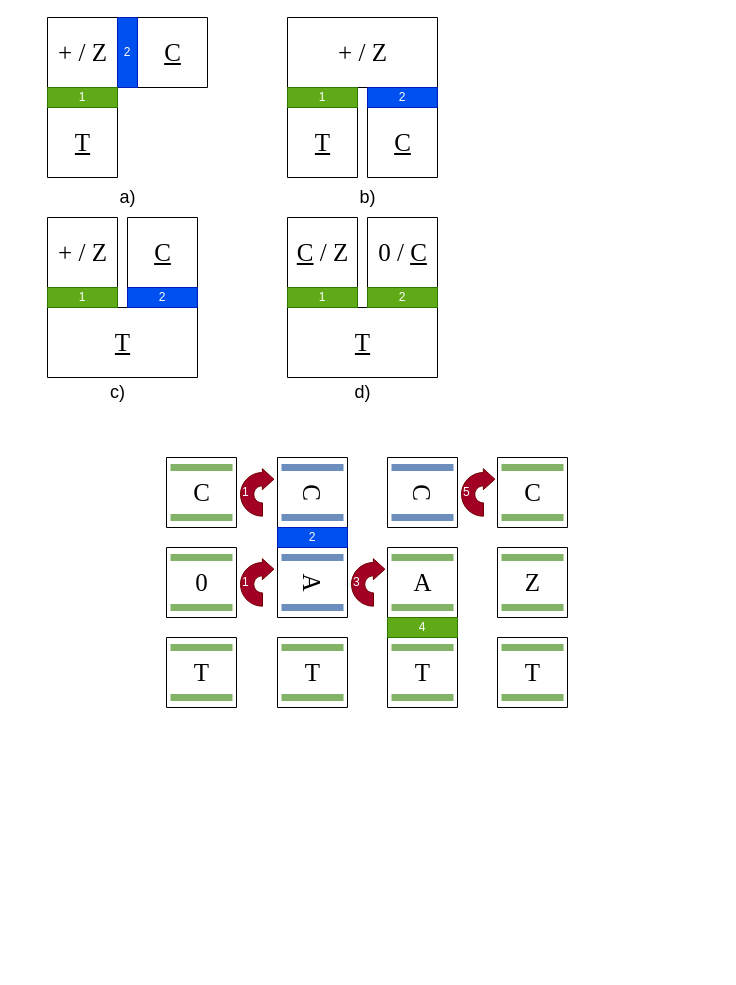
Before: translation.drawio in alexandrupaler/alexandrupaler.github.io, a draw.io diagram. Source tidied: cells renumbered, new cells numbered last; positions are measured from the earlier drawing's top-left corner, leaving out a move shared by most shapes. Both pictures are drawn from the tidied source at 100%, with x=0, y=0 at pixel (47, 17).
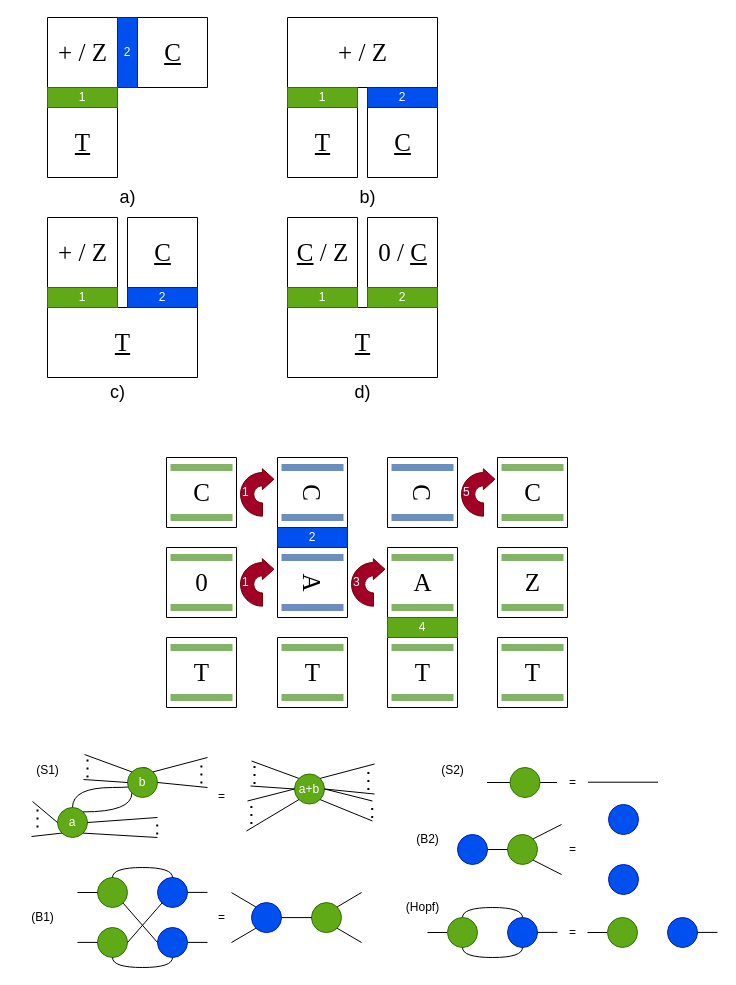
The same page after the edit.

What changed in the source:
```diff
@@
+    <mxCell id="92" style="group;" parent="1" vertex="1">
+      <mxGeometry x="199" y="743.5" width="128" height="70" as="geometry" />
+    </mxCell>
+    <mxCell id="93" style="endArrow=none;html=1;rounded=0;entryX=0;entryY=0;entryDx=0;entryDy=0;" parent="92" edge="1" target="94">
+      <mxGeometry relative="1" as="geometry">
+        <mxPoint x="5" as="sourcePoint" />
+      </mxGeometry>
+    </mxCell>
+    <mxCell id="94" value="a+b" style="ellipse;whiteSpace=wrap;html=1;fillColor=#60a917;fontColor=#ffffff;strokeColor=#2D7600;" parent="92" vertex="1">
+      <mxGeometry x="48" y="13" width="30" height="30" as="geometry" />
+    </mxCell>
+    <mxCell id="95" style="endArrow=none;html=1;rounded=0;entryX=0;entryY=0.5;entryDx=0;entryDy=0;" parent="92" edge="1" target="94">
+      <mxGeometry relative="1" as="geometry">
+        <mxPoint x="4" y="25" as="sourcePoint" />
+      </mxGeometry>
+    </mxCell>
+    <mxCell id="96" style="endArrow=none;html=1;rounded=0;exitX=1;exitY=0;exitDx=0;exitDy=0;" parent="92" edge="1" source="94">
+      <mxGeometry relative="1" as="geometry">
+        <mxPoint x="128" y="3" as="targetPoint" />
+      </mxGeometry>
+    </mxCell>
+    <mxCell id="97" style="endArrow=none;html=1;rounded=0;exitX=1;exitY=0.5;exitDx=0;exitDy=0;" parent="92" edge="1" source="94">
+      <mxGeometry relative="1" as="geometry">
+        <mxPoint x="128" y="33" as="targetPoint" />
+      </mxGeometry>
+    </mxCell>
+    <mxCell id="98" style="endArrow=none;dashed=1;html=1;dashPattern=1 3;strokeWidth=2;rounded=0;" parent="92" edge="1">
+      <mxGeometry relative="1" as="geometry">
+        <mxPoint x="121.9" y="29" as="sourcePoint" />
+        <mxPoint x="121.9" y="9" as="targetPoint" />
+      </mxGeometry>
+    </mxCell>
+    <mxCell id="99" style="endArrow=none;dashed=1;html=1;dashPattern=1 3;strokeWidth=2;rounded=0;" parent="92" edge="1">
+      <mxGeometry relative="1" as="geometry">
+        <mxPoint x="8" y="23" as="sourcePoint" />
+        <mxPoint x="8" y="3" as="targetPoint" />
+      </mxGeometry>
+    </mxCell>
+    <mxCell id="100" style="endArrow=none;html=1;rounded=0;exitX=1;exitY=0.5;exitDx=0;exitDy=0;" parent="92" edge="1" source="94">
+      <mxGeometry relative="1" as="geometry">
+        <mxPoint x="126" y="40" as="targetPoint" />
+      </mxGeometry>
+    </mxCell>
+    <mxCell id="101" style="endArrow=none;html=1;rounded=0;exitX=1;exitY=1;exitDx=0;exitDy=0;" parent="92" edge="1" source="94">
+      <mxGeometry relative="1" as="geometry">
+        <mxPoint x="126" y="60" as="targetPoint" />
+      </mxGeometry>
+    </mxCell>
+    <mxCell id="102" style="endArrow=none;html=1;rounded=0;entryX=0;entryY=0.5;entryDx=0;entryDy=0;" parent="92" edge="1" target="94">
+      <mxGeometry relative="1" as="geometry">
+        <mxPoint x="1" y="40" as="sourcePoint" />
+      </mxGeometry>
+    </mxCell>
+    <mxCell id="103" style="endArrow=none;html=1;rounded=0;entryX=0;entryY=1;entryDx=0;entryDy=0;" parent="92" edge="1" target="94">
+      <mxGeometry relative="1" as="geometry">
+        <mxPoint y="70" as="sourcePoint" />
+      </mxGeometry>
+    </mxCell>
+    <mxCell id="104" style="endArrow=none;dashed=1;html=1;dashPattern=1 3;strokeWidth=2;rounded=0;" parent="92" edge="1">
+      <mxGeometry relative="1" as="geometry">
+        <mxPoint x="4.9" y="63" as="sourcePoint" />
+        <mxPoint x="4.9" y="43" as="targetPoint" />
+      </mxGeometry>
+    </mxCell>
+    <mxCell id="105" style="endArrow=none;dashed=1;html=1;dashPattern=1 3;strokeWidth=2;rounded=0;" parent="92" edge="1">
+      <mxGeometry relative="1" as="geometry">
+        <mxPoint x="125.7" y="57" as="sourcePoint" />
+        <mxPoint x="125.7" y="43" as="targetPoint" />
+      </mxGeometry>
+    </mxCell>
+    <mxCell id="106" style="group;" parent="1" vertex="1">
+      <mxGeometry x="-16" y="737" width="176" height="83" as="geometry" />
+    </mxCell>
+    <mxCell id="107" style="edgeStyle=orthogonalEdgeStyle;rounded=0;jettySize=auto;html=1;exitX=0.5;exitY=0;exitDx=0;exitDy=0;entryX=0.5;entryY=0;entryDx=0;entryDy=0;curved=1;endArrow=none;startFill=0;" parent="106" edge="1" source="108" target="109">
+      <mxGeometry relative="1" as="geometry">
+        <Array as="points">
+          <mxPoint x="41" y="33" />
+          <mxPoint x="121" y="33" />
+        </Array>
+      </mxGeometry>
+    </mxCell>
+    <mxCell id="108" value="a" style="ellipse;whiteSpace=wrap;html=1;fillColor=#60a917;fontColor=#ffffff;strokeColor=#2D7600;" parent="106" vertex="1">
+      <mxGeometry x="26" y="53" width="30" height="30" as="geometry" />
+    </mxCell>
+    <mxCell id="109" value="b" style="ellipse;whiteSpace=wrap;html=1;fillColor=#60a917;fontColor=#ffffff;strokeColor=#2D7600;" parent="106" vertex="1">
+      <mxGeometry x="96" y="13" width="30" height="30" as="geometry" />
+    </mxCell>
+    <mxCell id="110" style="endArrow=none;html=1;rounded=0;exitX=1;exitY=0;exitDx=0;exitDy=0;" parent="106" edge="1" source="109">
+      <mxGeometry relative="1" as="geometry">
+        <mxPoint x="176" y="3" as="targetPoint" />
+      </mxGeometry>
+    </mxCell>
+    <mxCell id="111" style="endArrow=none;html=1;rounded=0;exitX=1;exitY=0.5;exitDx=0;exitDy=0;" parent="106" edge="1" source="109">
+      <mxGeometry relative="1" as="geometry">
+        <mxPoint x="176" y="33" as="targetPoint" />
+      </mxGeometry>
+    </mxCell>
+    <mxCell id="112" style="endArrow=none;html=1;rounded=0;entryX=0;entryY=0;entryDx=0;entryDy=0;" parent="106" edge="1" target="109">
+      <mxGeometry relative="1" as="geometry">
+        <mxPoint x="53" as="sourcePoint" />
+      </mxGeometry>
+    </mxCell>
+    <mxCell id="113" style="endArrow=none;html=1;rounded=0;entryX=0;entryY=0.5;entryDx=0;entryDy=0;" parent="106" edge="1" target="109">
+      <mxGeometry relative="1" as="geometry">
+        <mxPoint x="52" y="25" as="sourcePoint" />
+      </mxGeometry>
+    </mxCell>
+    <mxCell id="114" style="endArrow=none;html=1;rounded=0;entryX=0;entryY=0.5;entryDx=0;entryDy=0;" parent="106" edge="1" target="108">
+      <mxGeometry relative="1" as="geometry">
+        <mxPoint x="1" y="47" as="sourcePoint" />
+      </mxGeometry>
+    </mxCell>
+    <mxCell id="115" style="endArrow=none;html=1;rounded=0;entryX=0;entryY=1;entryDx=0;entryDy=0;" parent="106" edge="1" target="108">
+      <mxGeometry relative="1" as="geometry">
+        <mxPoint y="82" as="sourcePoint" />
+      </mxGeometry>
+    </mxCell>
+    <mxCell id="116" style="endArrow=none;html=1;rounded=0;exitX=1;exitY=0.5;exitDx=0;exitDy=0;" parent="106" edge="1" source="108">
+      <mxGeometry relative="1" as="geometry">
+        <mxPoint x="126" y="63" as="targetPoint" />
+      </mxGeometry>
+    </mxCell>
+    <mxCell id="117" style="endArrow=none;html=1;rounded=0;exitX=1;exitY=1;exitDx=0;exitDy=0;" parent="106" edge="1" source="108">
+      <mxGeometry relative="1" as="geometry">
+        <mxPoint x="126" y="83" as="targetPoint" />
+      </mxGeometry>
+    </mxCell>
+    <mxCell id="118" style="endArrow=none;html=1;rounded=0;exitX=1;exitY=0;exitDx=0;exitDy=0;entryX=0;entryY=1;entryDx=0;entryDy=0;edgeStyle=orthogonalEdgeStyle;curved=1;" parent="106" edge="1" source="108" target="109">
+      <mxGeometry relative="1" as="geometry" />
+    </mxCell>
+    <mxCell id="119" style="endArrow=none;dashed=1;html=1;dashPattern=1 3;strokeWidth=2;rounded=0;" parent="106" edge="1">
+      <mxGeometry relative="1" as="geometry">
+        <mxPoint x="169.9" y="29" as="sourcePoint" />
+        <mxPoint x="169.9" y="9" as="targetPoint" />
+      </mxGeometry>
+    </mxCell>
+    <mxCell id="120" style="endArrow=none;dashed=1;html=1;dashPattern=1 3;strokeWidth=2;rounded=0;" parent="106" edge="1">
+      <mxGeometry relative="1" as="geometry">
+        <mxPoint x="6" y="73" as="sourcePoint" />
+        <mxPoint x="6" y="53" as="targetPoint" />
+      </mxGeometry>
+    </mxCell>
+    <mxCell id="121" style="endArrow=none;dashed=1;html=1;dashPattern=1 3;strokeWidth=2;rounded=0;" parent="106" edge="1">
+      <mxGeometry relative="1" as="geometry">
+        <mxPoint x="56" y="23" as="sourcePoint" />
+        <mxPoint x="56" y="3" as="targetPoint" />
+      </mxGeometry>
+    </mxCell>
+    <mxCell id="122" style="endArrow=none;dashed=1;html=1;dashPattern=1 3;strokeWidth=2;rounded=0;" parent="106" edge="1">
+      <mxGeometry relative="1" as="geometry">
+        <mxPoint x="125.7" y="80" as="sourcePoint" />
+        <mxPoint x="125.7" y="66" as="targetPoint" />
+      </mxGeometry>
+    </mxCell>
+    <mxCell id="123" style="endArrow=none;html=1;rounded=0;" parent="1" edge="1">
+      <mxGeometry relative="1" as="geometry">
+        <mxPoint x="439.5" y="765" as="sourcePoint" />
+        <mxPoint x="509.5" y="765" as="targetPoint" />
+      </mxGeometry>
+    </mxCell>
+    <mxCell id="124" style="ellipse;whiteSpace=wrap;html=1;fillColor=#60a917;fontColor=#ffffff;strokeColor=#2D7600;" parent="1" vertex="1">
+      <mxGeometry x="462.5" y="750" width="30" height="30" as="geometry" />
+    </mxCell>
+    <mxCell id="125" style="endArrow=none;html=1;rounded=0;" parent="1" edge="1">
+      <mxGeometry relative="1" as="geometry">
+        <mxPoint x="540.5" y="764.7" as="sourcePoint" />
+        <mxPoint x="610.5" y="764.7" as="targetPoint" />
+      </mxGeometry>
+    </mxCell>
+    <mxCell id="126" value="=" style="text;html=1;align=center;verticalAlign=middle;strokeColor=none;fillColor=none;" parent="1" vertex="1">
+      <mxGeometry x="159" y="763.5" width="30" height="30" as="geometry" />
+    </mxCell>
+    <mxCell id="127" value="=" style="text;html=1;align=center;verticalAlign=middle;strokeColor=none;fillColor=none;" parent="1" vertex="1">
+      <mxGeometry x="509.5" y="750" width="30" height="30" as="geometry" />
+    </mxCell>
+    <mxCell id="128" value="=" style="text;html=1;align=center;verticalAlign=middle;strokeColor=none;fillColor=none;" parent="1" vertex="1">
+      <mxGeometry x="509.5" y="817" width="30" height="30" as="geometry" />
+    </mxCell>
+    <mxCell id="129" value="=" style="text;html=1;align=center;verticalAlign=middle;strokeColor=none;fillColor=none;" parent="1" vertex="1">
+      <mxGeometry x="159" y="885" width="30" height="30" as="geometry" />
+    </mxCell>
+    <mxCell id="130" value="=" style="text;html=1;align=center;verticalAlign=middle;strokeColor=none;fillColor=none;" parent="1" vertex="1">
+      <mxGeometry x="509.5" y="900" width="30" height="30" as="geometry" />
+    </mxCell>
+    <mxCell id="131" style="group;" parent="1" vertex="1">
+      <mxGeometry x="540" y="900" width="130" height="30" as="geometry" />
+    </mxCell>
+    <mxCell id="132" style="endArrow=none;html=1;rounded=0;entryX=0;entryY=0.5;entryDx=0;entryDy=0;" parent="131" edge="1" target="133">
+      <mxGeometry relative="1" as="geometry">
+        <mxPoint y="15" as="sourcePoint" />
+      </mxGeometry>
+    </mxCell>
+    <mxCell id="133" style="ellipse;whiteSpace=wrap;html=1;fillColor=#60a917;fontColor=#ffffff;strokeColor=#2D7600;" parent="131" vertex="1">
+      <mxGeometry x="20" width="30" height="30" as="geometry" />
+    </mxCell>
+    <mxCell id="134" style="ellipse;whiteSpace=wrap;html=1;fillColor=#0050ef;fontColor=#ffffff;strokeColor=#001DBC;" parent="131" vertex="1">
+      <mxGeometry x="80" width="30" height="30" as="geometry" />
+    </mxCell>
+    <mxCell id="135" style="endArrow=none;html=1;rounded=0;entryX=0;entryY=0.5;entryDx=0;entryDy=0;" parent="131" edge="1">
+      <mxGeometry relative="1" as="geometry">
+        <mxPoint x="110" y="14.9" as="sourcePoint" />
+        <mxPoint x="130" y="14.9" as="targetPoint" />
+      </mxGeometry>
+    </mxCell>
+    <mxCell id="136" style="group;" parent="1" vertex="1">
+      <mxGeometry x="380" y="900" width="130" height="30" as="geometry" />
+    </mxCell>
+    <mxCell id="137" style="endArrow=none;html=1;rounded=0;entryX=0;entryY=0.5;entryDx=0;entryDy=0;" parent="136" edge="1" target="139">
+      <mxGeometry relative="1" as="geometry">
+        <mxPoint y="15" as="sourcePoint" />
+      </mxGeometry>
+    </mxCell>
+    <mxCell id="138" style="endArrow=none;html=1;rounded=0;entryX=0.5;entryY=0;entryDx=0;entryDy=0;exitX=0.5;exitY=0;exitDx=0;exitDy=0;edgeStyle=orthogonalEdgeStyle;curved=1;" parent="136" edge="1" source="139" target="140">
+      <mxGeometry relative="1" as="geometry" />
+    </mxCell>
+    <mxCell id="139" style="ellipse;whiteSpace=wrap;html=1;fillColor=#60a917;fontColor=#ffffff;strokeColor=#2D7600;" parent="136" vertex="1">
+      <mxGeometry x="20" width="30" height="30" as="geometry" />
+    </mxCell>
+    <mxCell id="140" style="ellipse;whiteSpace=wrap;html=1;fillColor=#0050ef;fontColor=#ffffff;strokeColor=#001DBC;" parent="136" vertex="1">
+      <mxGeometry x="80" width="30" height="30" as="geometry" />
+    </mxCell>
+    <mxCell id="141" style="endArrow=none;html=1;rounded=0;entryX=0;entryY=0.5;entryDx=0;entryDy=0;" parent="136" edge="1">
+      <mxGeometry relative="1" as="geometry">
+        <mxPoint x="110" y="14.9" as="sourcePoint" />
+        <mxPoint x="130" y="14.9" as="targetPoint" />
+      </mxGeometry>
+    </mxCell>
+    <mxCell id="142" style="endArrow=none;html=1;rounded=0;entryX=0.5;entryY=1;entryDx=0;entryDy=0;exitX=0.5;exitY=1;exitDx=0;exitDy=0;edgeStyle=orthogonalEdgeStyle;curved=1;" parent="136" edge="1" source="139" target="140">
+      <mxGeometry relative="1" as="geometry" />
+    </mxCell>
+    <mxCell id="143" style="group;" parent="1" vertex="1">
+      <mxGeometry x="561" y="787" width="30" height="90" as="geometry" />
+    </mxCell>
+    <mxCell id="144" style="ellipse;whiteSpace=wrap;html=1;fillColor=#0050ef;fontColor=#ffffff;strokeColor=#001DBC;" parent="143" vertex="1">
+      <mxGeometry y="60" width="30" height="30" as="geometry" />
+    </mxCell>
+    <mxCell id="145" style="ellipse;whiteSpace=wrap;html=1;fillColor=#0050ef;fontColor=#ffffff;strokeColor=#001DBC;" parent="143" vertex="1">
+      <mxGeometry width="30" height="30" as="geometry" />
+    </mxCell>
+    <mxCell id="146" style="group;" parent="1" vertex="1">
+      <mxGeometry x="410" y="807" width="104" height="50" as="geometry" />
+    </mxCell>
+    <mxCell id="147" style="ellipse;whiteSpace=wrap;html=1;fillColor=#0050ef;fontColor=#ffffff;strokeColor=#001DBC;" parent="146" vertex="1">
+      <mxGeometry y="10" width="30" height="30" as="geometry" />
+    </mxCell>
+    <mxCell id="148" style="ellipse;whiteSpace=wrap;html=1;fillColor=#60a917;fontColor=#ffffff;strokeColor=#2D7600;" parent="146" vertex="1">
+      <mxGeometry x="50" y="10" width="30" height="30" as="geometry" />
+    </mxCell>
+    <mxCell id="149" style="endArrow=none;html=1;rounded=0;exitX=1;exitY=0.5;exitDx=0;exitDy=0;" parent="146" edge="1" source="147" target="148">
+      <mxGeometry relative="1" as="geometry" />
+    </mxCell>
+    <mxCell id="150" style="endArrow=none;html=1;rounded=0;exitX=1;exitY=0;exitDx=0;exitDy=0;" parent="146" edge="1" source="148">
+      <mxGeometry relative="1" as="geometry">
+        <mxPoint x="104" as="targetPoint" />
+      </mxGeometry>
+    </mxCell>
+    <mxCell id="151" style="endArrow=none;html=1;rounded=0;exitX=1;exitY=1;exitDx=0;exitDy=0;" parent="146" edge="1" source="148">
+      <mxGeometry relative="1" as="geometry">
+        <mxPoint x="104" y="50" as="targetPoint" />
+      </mxGeometry>
+    </mxCell>
+    <mxCell id="152" style="group;" parent="1" vertex="1">
+      <mxGeometry x="30" y="860" width="130" height="80" as="geometry" />
+    </mxCell>
+    <mxCell id="153" style="ellipse;whiteSpace=wrap;html=1;fillColor=#0050ef;fontColor=#ffffff;strokeColor=#001DBC;" parent="152" vertex="1">
+      <mxGeometry x="80" width="30" height="30" as="geometry" />
+    </mxCell>
+    <mxCell id="154" style="ellipse;whiteSpace=wrap;html=1;fillColor=#0050ef;fontColor=#ffffff;strokeColor=#001DBC;" parent="152" vertex="1">
+      <mxGeometry x="80" y="50" width="30" height="30" as="geometry" />
+    </mxCell>
+    <mxCell id="155" style="ellipse;whiteSpace=wrap;html=1;fillColor=#60a917;fontColor=#ffffff;strokeColor=#2D7600;" parent="152" vertex="1">
+      <mxGeometry x="20" width="30" height="30" as="geometry" />
+    </mxCell>
+    <mxCell id="156" style="ellipse;whiteSpace=wrap;html=1;fillColor=#60a917;fontColor=#ffffff;strokeColor=#2D7600;" parent="152" vertex="1">
+      <mxGeometry x="20" y="50" width="30" height="30" as="geometry" />
+    </mxCell>
+    <mxCell id="157" style="endArrow=none;html=1;rounded=0;entryX=0;entryY=0.5;entryDx=0;entryDy=0;exitX=1;exitY=1;exitDx=0;exitDy=0;" parent="152" edge="1" source="155" target="154">
+      <mxGeometry relative="1" as="geometry" />
+    </mxCell>
+    <mxCell id="158" style="endArrow=none;html=1;rounded=0;entryX=0;entryY=1;entryDx=0;entryDy=0;exitX=1;exitY=0.5;exitDx=0;exitDy=0;" parent="152" edge="1" source="156" target="153">
+      <mxGeometry relative="1" as="geometry" />
+    </mxCell>
+    <mxCell id="159" style="endArrow=none;html=1;rounded=0;entryX=0.5;entryY=0;entryDx=0;entryDy=0;exitX=0.5;exitY=0;exitDx=0;exitDy=0;edgeStyle=orthogonalEdgeStyle;curved=1;" parent="152" edge="1" source="155" target="153">
+      <mxGeometry relative="1" as="geometry" />
+    </mxCell>
+    <mxCell id="160" style="endArrow=none;html=1;rounded=0;entryX=0.5;entryY=1;entryDx=0;entryDy=0;exitX=0.5;exitY=1;exitDx=0;exitDy=0;edgeStyle=orthogonalEdgeStyle;curved=1;" parent="152" edge="1" source="156" target="154">
+      <mxGeometry relative="1" as="geometry" />
+    </mxCell>
+    <mxCell id="161" style="endArrow=none;html=1;rounded=0;entryX=0;entryY=0.5;entryDx=0;entryDy=0;" parent="152" edge="1" target="155">
+      <mxGeometry relative="1" as="geometry">
+        <mxPoint y="15" as="sourcePoint" />
+      </mxGeometry>
+    </mxCell>
+    <mxCell id="162" style="endArrow=none;html=1;rounded=0;entryX=0;entryY=0.5;entryDx=0;entryDy=0;" parent="152" edge="1">
+      <mxGeometry relative="1" as="geometry">
+        <mxPoint y="64.9" as="sourcePoint" />
+        <mxPoint x="20" y="64.9" as="targetPoint" />
+      </mxGeometry>
+    </mxCell>
+    <mxCell id="163" style="endArrow=none;html=1;rounded=0;entryX=0;entryY=0.5;entryDx=0;entryDy=0;" parent="152" edge="1">
+      <mxGeometry relative="1" as="geometry">
+        <mxPoint x="110" y="14.9" as="sourcePoint" />
+        <mxPoint x="130" y="14.9" as="targetPoint" />
+      </mxGeometry>
+    </mxCell>
+    <mxCell id="164" style="endArrow=none;html=1;rounded=0;entryX=0;entryY=0.5;entryDx=0;entryDy=0;" parent="152" edge="1">
+      <mxGeometry relative="1" as="geometry">
+        <mxPoint x="110" y="64.9" as="sourcePoint" />
+        <mxPoint x="130" y="64.9" as="targetPoint" />
+      </mxGeometry>
+    </mxCell>
+    <mxCell id="165" style="group;" parent="1" vertex="1">
+      <mxGeometry x="184" y="875" width="130" height="50" as="geometry" />
+    </mxCell>
+    <mxCell id="166" style="ellipse;whiteSpace=wrap;html=1;fillColor=#0050ef;fontColor=#ffffff;strokeColor=#001DBC;" parent="165" vertex="1">
+      <mxGeometry x="20" y="10.1" width="30" height="30" as="geometry" />
+    </mxCell>
+    <mxCell id="167" style="ellipse;whiteSpace=wrap;html=1;fillColor=#60a917;fontColor=#ffffff;strokeColor=#2D7600;" parent="165" vertex="1">
+      <mxGeometry x="80" y="10.1" width="30" height="30" as="geometry" />
+    </mxCell>
+    <mxCell id="168" style="endArrow=none;html=1;rounded=0;entryX=0;entryY=0.5;entryDx=0;entryDy=0;exitX=1;exitY=0;exitDx=0;exitDy=0;" parent="165" edge="1" source="167">
+      <mxGeometry relative="1" as="geometry">
+        <mxPoint x="130" as="targetPoint" />
+      </mxGeometry>
+    </mxCell>
+    <mxCell id="169" style="endArrow=none;html=1;rounded=0;entryX=0;entryY=0.5;entryDx=0;entryDy=0;exitX=1;exitY=1;exitDx=0;exitDy=0;" parent="165" edge="1" source="167">
+      <mxGeometry relative="1" as="geometry">
+        <mxPoint x="130" y="50" as="targetPoint" />
+      </mxGeometry>
+    </mxCell>
+    <mxCell id="170" style="endArrow=none;html=1;rounded=0;entryX=0;entryY=1;entryDx=0;entryDy=0;" parent="165" edge="1" target="166">
+      <mxGeometry relative="1" as="geometry">
+        <mxPoint y="50" as="sourcePoint" />
+      </mxGeometry>
+    </mxCell>
+    <mxCell id="171" style="endArrow=none;html=1;rounded=0;entryX=0;entryY=0;entryDx=0;entryDy=0;" parent="165" edge="1" target="166">
+      <mxGeometry relative="1" as="geometry">
+        <mxPoint y="0.1" as="sourcePoint" />
+      </mxGeometry>
+    </mxCell>
+    <mxCell id="172" style="endArrow=none;html=1;rounded=0;entryX=0;entryY=0.5;entryDx=0;entryDy=0;exitX=1;exitY=0.5;exitDx=0;exitDy=0;" parent="165" edge="1" source="166" target="167">
+      <mxGeometry relative="1" as="geometry" />
+    </mxCell>
+    <mxCell id="173" value="(S1)" style="text;html=1;align=center;verticalAlign=middle;strokeColor=none;fillColor=none;" parent="1" vertex="1">
+      <mxGeometry x="-25" y="738" width="50" height="30" as="geometry" />
+    </mxCell>
+    <mxCell id="174" value="(S2)" style="text;html=1;align=center;verticalAlign=middle;strokeColor=none;fillColor=none;" parent="1" vertex="1">
+      <mxGeometry x="380" y="738" width="50" height="30" as="geometry" />
+    </mxCell>
+    <mxCell id="175" value="(Hopf)" style="text;html=1;align=center;verticalAlign=middle;strokeColor=none;fillColor=none;" parent="1" vertex="1">
+      <mxGeometry x="345" y="875" width="60" height="30" as="geometry" />
+    </mxCell>
+    <mxCell id="176" value="(B1)" style="text;html=1;align=center;verticalAlign=middle;strokeColor=none;fillColor=none;" parent="1" vertex="1">
+      <mxGeometry x="-30" y="885" width="50" height="30" as="geometry" />
+    </mxCell>
+    <mxCell id="177" value="(B2)" style="text;html=1;align=center;verticalAlign=middle;strokeColor=none;fillColor=none;" parent="1" vertex="1">
+      <mxGeometry x="355" y="807" width="50" height="30" as="geometry" />
+    </mxCell>
```
